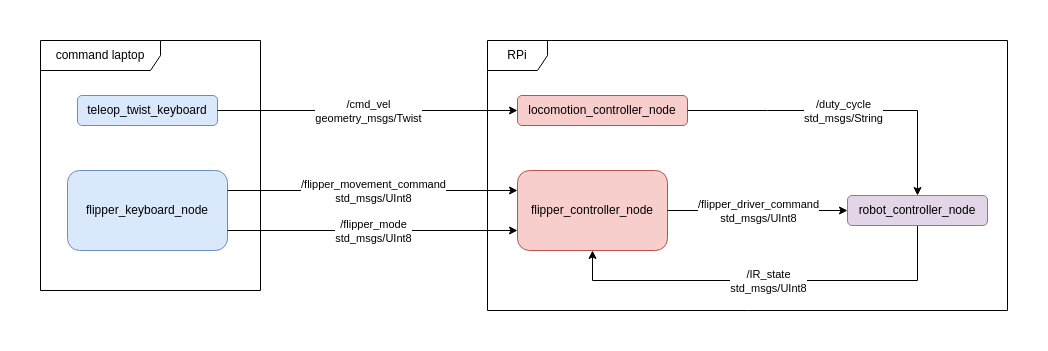
Earlier version of the draw.io export ros_node_diagram.png (yueyuu/WOS-ROS-Skeleton-Code). Source tidied: cells renumbered, new cells last; positions are measured from the earlier drawing's top-left corner, leaving out a move shared by most shapes.
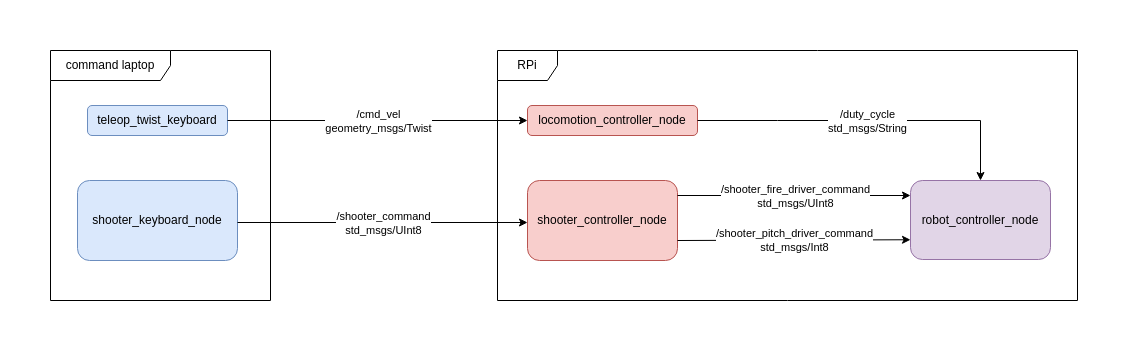
Later version of the same file.

What changed in the source:
```diff
@@ -18,7 +18,7 @@
       <mxGeometry relative="1" as="geometry">
         <Array as="points">
           <mxPoint x="727" y="70" />
-          <mxPoint x="877" y="70" />
+          <mxPoint x="930" y="70" />
         </Array>
       </mxGeometry>
     </mxCell>
@@ -31,45 +31,40 @@
       <mxGeometry width="220" height="250" as="geometry" />
     </mxCell>
     <mxCell id="9" value="RPi" style="shape=umlFrame;whiteSpace=wrap;html=1;" parent="1" vertex="1">
-      <mxGeometry x="447" width="520" height="270" as="geometry" />
+      <mxGeometry x="447" width="580" height="250" as="geometry" />
     </mxCell>
-    <mxCell id="10" value="flipper_controller_node" style="rounded=1;whiteSpace=wrap;html=1;fillColor=#f8cecc;strokeColor=#b85450;" parent="1" vertex="1">
+    <mxCell id="10" value="shooter&lt;span style=&quot;background-color: transparent; color: light-dark(rgb(0, 0, 0), rgb(255, 255, 255));&quot;&gt;_controller_node&lt;/span&gt;" style="rounded=1;whiteSpace=wrap;html=1;fillColor=#f8cecc;strokeColor=#b85450;" parent="1" vertex="1">
       <mxGeometry x="477" y="130" width="150" height="80" as="geometry" />
     </mxCell>
-    <mxCell id="11" value="flipper_keyboard_node" style="rounded=1;html=1;fillColor=#dae8fc;strokeColor=#6c8ebf;verticalAlign=middle;whiteSpace=wrap;" parent="1" vertex="1">
+    <mxCell id="11" value="shooter_keyboard_node" style="rounded=1;html=1;fillColor=#dae8fc;strokeColor=#6c8ebf;verticalAlign=middle;whiteSpace=wrap;" parent="1" vertex="1">
       <mxGeometry x="27" y="130" width="160" height="80" as="geometry" />
     </mxCell>
-    <mxCell id="12" style="endArrow=classic;html=1;rounded=0;exitX=1;exitY=0.25;exitDx=0;exitDy=0;entryX=0;entryY=0.25;entryDx=0;entryDy=0;" parent="1" edge="1" source="11" target="10">
-      <mxGeometry relative="1" as="geometry" />
+    <mxCell id="12" style="endArrow=classic;html=1;rounded=0;exitX=1;exitY=0.25;exitDx=0;exitDy=0;entryX=0;entryY=0.25;entryDx=0;entryDy=0;" parent="1" edge="1">
+      <mxGeometry relative="1" as="geometry">
+        <mxPoint x="187" y="172" as="sourcePoint" />
+        <mxPoint x="477" y="172" as="targetPoint" />
+      </mxGeometry>
     </mxCell>
-    <mxCell id="13" value="/flipper_movement_command&lt;br&gt;std_msgs/UInt8" style="edgeLabel;html=1;align=center;verticalAlign=middle;" parent="12" vertex="1">
+    <mxCell id="13" value="/shooter_command&lt;br&gt;std_msgs/UInt8" style="edgeLabel;html=1;align=center;verticalAlign=middle;" parent="12" vertex="1">
       <mxGeometry relative="1" as="geometry" />
     </mxCell>
-    <mxCell id="14" style="endArrow=classic;html=1;rounded=0;exitX=1;exitY=0.5;exitDx=0;exitDy=0;entryX=0;entryY=0.5;entryDx=0;entryDy=0;" parent="1" edge="1" source="10" target="20">
-      <mxGeometry relative="1" as="geometry" />
+    <mxCell id="14" style="endArrow=classic;html=1;rounded=0;exitX=1;exitY=0.5;exitDx=0;exitDy=0;entryX=0;entryY=0.5;entryDx=0;entryDy=0;" parent="1" edge="1">
+      <mxGeometry relative="1" as="geometry">
+        <mxPoint x="627" y="145" as="sourcePoint" />
+        <mxPoint x="860" y="145" as="targetPoint" />
+      </mxGeometry>
     </mxCell>
-    <mxCell id="15" value="/flipper_driver_command&lt;br&gt;std_msgs/UInt8" style="edgeLabel;html=1;align=center;verticalAlign=middle;" parent="14" vertex="1">
+    <mxCell id="15" value="/shooter_fire_driver_command&lt;br&gt;std_msgs/UInt8" style="edgeLabel;html=1;align=center;verticalAlign=middle;" parent="14" vertex="1">
       <mxGeometry relative="1" as="geometry" />
     </mxCell>
-    <mxCell id="16" style="endArrow=classic;html=1;rounded=0;entryX=0;entryY=0.75;entryDx=0;entryDy=0;exitX=1;exitY=0.75;exitDx=0;exitDy=0;" parent="1" edge="1" source="11" target="10">
-      <mxGeometry relative="1" as="geometry" />
-    </mxCell>
-    <mxCell id="17" value="/flipper_mode&lt;br&gt;std_msgs/UInt8" style="edgeLabel;html=1;align=center;verticalAlign=middle;" parent="16" vertex="1">
-      <mxGeometry relative="1" as="geometry" />
-    </mxCell>
-    <mxCell id="18" style="endArrow=classic;html=1;rounded=0;exitX=0.5;exitY=1;exitDx=0;exitDy=0;entryX=0.5;entryY=1;entryDx=0;entryDy=0;" parent="1" edge="1" source="20" target="10">
-      <mxGeometry relative="1" as="geometry">
-        <Array as="points">
-          <mxPoint x="877" y="240" />
-          <mxPoint x="552" y="240" />
-        </Array>
-      </mxGeometry>
-    </mxCell>
-    <mxCell id="19" value="/IR_state&lt;br&gt;std_msgs/UInt8" style="edgeLabel;html=1;align=center;verticalAlign=middle;" parent="18" vertex="1">
-      <mxGeometry relative="1" as="geometry" />
-    </mxCell>
     <mxCell id="20" value="robot_controller_node" style="rounded=1;whiteSpace=wrap;html=1;fillColor=#e1d5e7;strokeColor=#9673a6;" parent="1" vertex="1">
-      <mxGeometry x="807" y="155" width="140" height="30" as="geometry" />
+      <mxGeometry x="860" y="130" width="140" height="79" as="geometry" />
     </mxCell>
+    <mxCell id="21" style="endArrow=classic;html=1;rounded=0;exitX=1;exitY=0.75;exitDx=0;exitDy=0;entryX=0;entryY=0.75;entryDx=0;entryDy=0;" parent="1" edge="1" source="10" target="20">
+      <mxGeometry relative="1" as="geometry" />
+    </mxCell>
+    <mxCell id="22" value="/shooter_pitch_driver_command&lt;br&gt;std_msgs/Int8" style="edgeLabel;html=1;align=center;verticalAlign=middle;" parent="21" vertex="1">
+      <mxGeometry relative="1" as="geometry" />
+    </mxCell>
   </root>
 </mxGraphModel>
```
